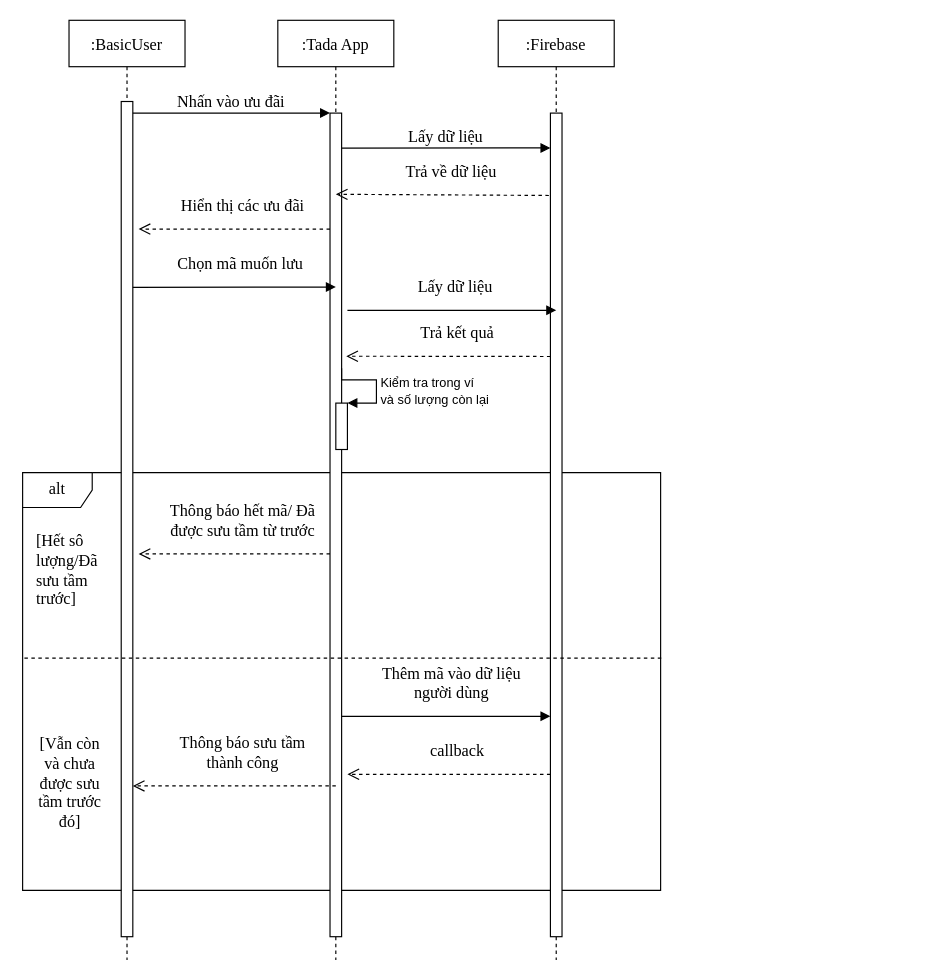
nguyendu11a2/TADA_DIAGRAM keeps this draw.io diagram as redeem.drawio. Above is the earlier version. Source tidied: cells renumbered, new cells numbered last; positions are measured from the earlier drawing's top-left corner, leaving out a move shared by most shapes. Both pictures are drawn from the tidied source at 116%, with x=0, y=0 at pixel (22, 20).
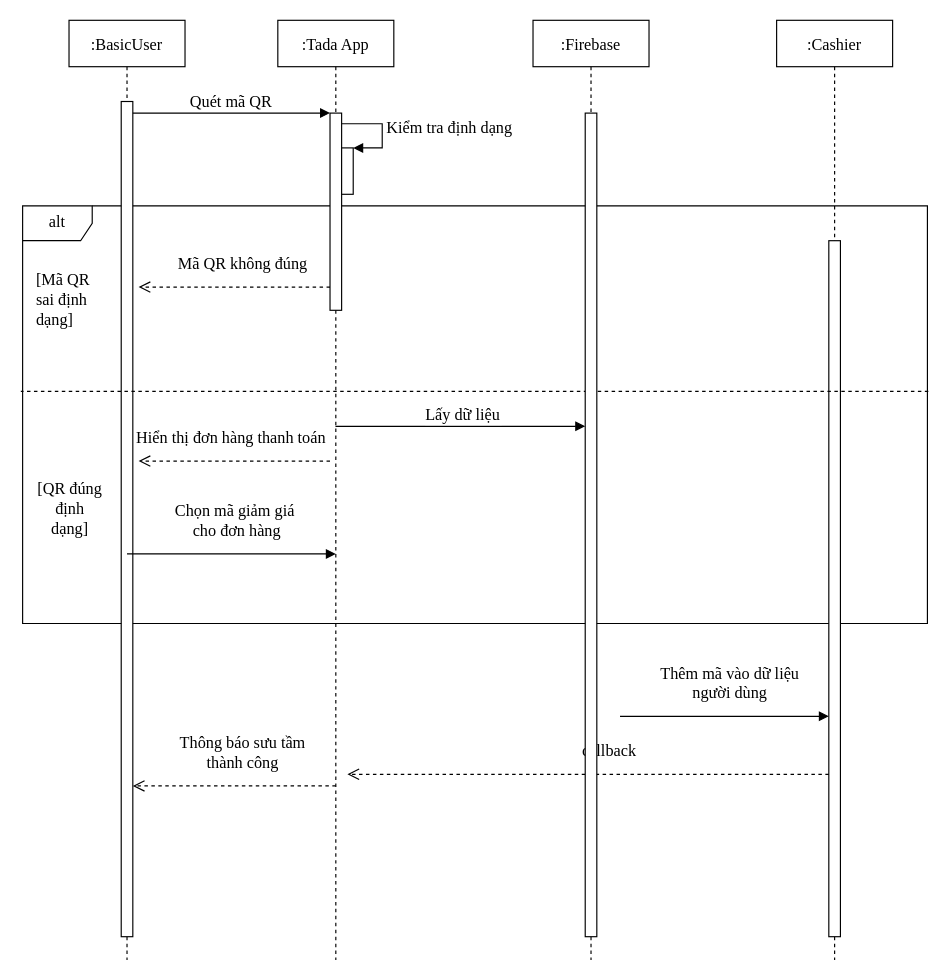
The same diagram, later.

The change refers to these unchanged cells:
```xml
<mxCell id="3" value=":BasicUser" style="shape=umlLifeline;perimeter=lifelinePerimeter;rounded=0;shadow=0;strokeWidth=1;fontSize=14;fontFamily=Times New Roman;" parent="1" vertex="1">
  <mxGeometry x="40" width="100" height="810" as="geometry" />
</mxCell>
<mxCell id="4" style="points=[];perimeter=orthogonalPerimeter;rounded=0;shadow=0;strokeWidth=1;fontSize=14;fontFamily=Times New Roman;" parent="3" vertex="1">
  <mxGeometry x="45" y="70" width="10" height="720" as="geometry" />
</mxCell>
<mxCell id="5" value=":Tada App" style="shape=umlLifeline;perimeter=lifelinePerimeter;rounded=0;shadow=0;strokeWidth=1;fontSize=14;fontFamily=Times New Roman;" parent="1" vertex="1">
  <mxGeometry x="220" width="100" height="810" as="geometry" />
</mxCell>
```

Change to the diagram source:
```diff
@@
     <mxCell id="2" value="alt" style="shape=umlFrame;whiteSpace=wrap;html=1;fontSize=14;fontFamily=Times New Roman;" parent="1" vertex="1">
-      <mxGeometry y="390" width="550" height="360" as="geometry" />
+      <mxGeometry y="160" width="780" height="360" as="geometry" />
     </mxCell>
@@
+    <mxCell id="24" value="&lt;div style=&quot;text-align: center ; font-size: 14px&quot;&gt;&lt;span style=&quot;background-color: rgb(255 , 255 , 255) ; font-size: 14px&quot;&gt;[QR đúng định dạng]&lt;/span&gt;&lt;/div&gt;" style="text;whiteSpace=wrap;html=1;fontSize=14;fontFamily=Times New Roman;" parent="3" vertex="1">
+      <mxGeometry x="-30" y="390" width="60" height="50" as="geometry" />
+    </mxCell>
@@
     <mxCell id="6" style="points=[];perimeter=orthogonalPerimeter;rounded=0;shadow=0;strokeWidth=1;fontSize=14;fontFamily=Times New Roman;" parent="5" vertex="1">
-      <mxGeometry x="45" y="80" width="10" height="710" as="geometry" />
+      <mxGeometry x="45" y="80" width="10" height="170" as="geometry" />
     </mxCell>
-    <mxCell id="7" value="Chọn mã muốn lưu" style="verticalAlign=bottom;endArrow=block;shadow=0;strokeWidth=1;fontSize=14;fontFamily=Times New Roman;" parent="5" edge="1">
-      <mxGeometry x="0.06" y="10" relative="1" as="geometry">
-        <mxPoint x="-125" y="230.2" as="sourcePoint" />
-        <mxPoint x="50" y="230" as="targetPoint" />
-      </mxGeometry>
-    </mxCell>
-    <mxCell id="8" style="html=1;points=[];perimeter=orthogonalPerimeter;" parent="5" vertex="1">
-      <mxGeometry x="50" y="330" width="10" height="40" as="geometry" />
-    </mxCell>
-    <mxCell id="9" value="Kiểm tra trong ví &lt;br&gt;và số lượng còn lại" style="edgeStyle=orthogonalEdgeStyle;html=1;align=left;spacingLeft=2;endArrow=block;rounded=0;entryX=1;entryY=0;" parent="5" edge="1" target="8">
-      <mxGeometry x="0.18" relative="1" as="geometry">
-        <mxPoint x="55" y="300" as="sourcePoint" />
-        <Array as="points">
-          <mxPoint x="55" y="310" />
-          <mxPoint x="85" y="310" />
-          <mxPoint x="85" y="330" />
-        </Array>
-      </mxGeometry>
-    </mxCell>
-    <mxCell id="10" value="Thông báo hết mã/ Đã &#10;được sưu tầm từ trước" style="verticalAlign=bottom;endArrow=open;dashed=1;endSize=8;shadow=0;strokeWidth=1;fontSize=14;fontFamily=Times New Roman;" parent="5" edge="1">
-      <mxGeometry x="-0.09" y="-10" relative="1" as="geometry">
-        <mxPoint x="45" y="460" as="sourcePoint" />
-        <mxPoint x="-120" y="460" as="targetPoint" />
-      </mxGeometry>
-    </mxCell>
@@
+    <mxCell id="25" style="html=1;points=[];perimeter=orthogonalPerimeter;fontFamily=Times New Roman;fontSize=14;" parent="5" vertex="1">
+      <mxGeometry x="55" y="110" width="10" height="40" as="geometry" />
+    </mxCell>
+    <mxCell id="26" value="Kiểm tra định dạng&amp;nbsp;" style="edgeStyle=orthogonalEdgeStyle;html=1;align=left;spacingLeft=2;endArrow=block;rounded=0;entryX=1;entryY=0;fontFamily=Times New Roman;fontSize=14;exitX=1.011;exitY=0.054;exitDx=0;exitDy=0;exitPerimeter=0;" parent="5" edge="1" source="6" target="25">
+      <mxGeometry relative="1" as="geometry">
+        <Array as="points">
+          <mxPoint x="90" y="90" />
+          <mxPoint x="90" y="110" />
+        </Array>
+      </mxGeometry>
+    </mxCell>
-    <mxCell id="12" value="Nhấn vào ưu đãi" style="verticalAlign=bottom;endArrow=block;entryX=0;entryY=0;shadow=0;strokeWidth=1;fontSize=14;fontFamily=Times New Roman;" parent="1" edge="1" source="4" target="6">
+    <mxCell id="12" value="Quét mã QR" style="verticalAlign=bottom;endArrow=block;entryX=0;entryY=0;shadow=0;strokeWidth=1;fontSize=14;fontFamily=Times New Roman;" parent="1" edge="1" source="4" target="6">
       <mxGeometry relative="1" as="geometry" />
     </mxCell>
-    <mxCell id="13" value=":Firebase" style="shape=umlLifeline;perimeter=lifelinePerimeter;rounded=0;shadow=0;strokeWidth=1;fontSize=14;fontFamily=Times New Roman;" parent="1" vertex="1">
-      <mxGeometry x="410" width="100" height="810" as="geometry" />
+    <mxCell id="13" value=":Cashier" style="shape=umlLifeline;perimeter=lifelinePerimeter;rounded=0;shadow=0;strokeWidth=1;fontSize=14;fontFamily=Times New Roman;" parent="1" vertex="1">
+      <mxGeometry x="650" width="100" height="810" as="geometry" />
     </mxCell>
     <mxCell id="14" style="points=[];perimeter=orthogonalPerimeter;rounded=0;shadow=0;strokeWidth=1;fontSize=14;fontFamily=Times New Roman;" parent="13" vertex="1">
-      <mxGeometry x="45" y="80" width="10" height="710" as="geometry" />
+      <mxGeometry x="45" y="190" width="10" height="600" as="geometry" />
     </mxCell>
-    <mxCell id="15" value="Lấy dữ liệu" style="verticalAlign=bottom;endArrow=block;entryX=0;entryY=0.63;shadow=0;strokeWidth=1;fontSize=14;fontFamily=Times New Roman;entryDx=0;entryDy=0;entryPerimeter=0;" parent="13" edge="1">
-      <mxGeometry relative="1" as="geometry">
-        <mxPoint x="-135" y="110.2" as="sourcePoint" />
-        <mxPoint x="45" y="110" as="targetPoint" />
-      </mxGeometry>
-    </mxCell>
-    <mxCell id="16" value="Trả về dữ liệu" style="verticalAlign=bottom;endArrow=open;dashed=1;endSize=8;shadow=0;strokeWidth=1;fontSize=14;fontFamily=Times New Roman;exitX=-0.133;exitY=0.1;exitDx=0;exitDy=0;exitPerimeter=0;" parent="13" edge="1" source="14">
-      <mxGeometry x="-0.09" y="-10" relative="1" as="geometry">
-        <mxPoint x="-140" y="150" as="targetPoint" />
-      </mxGeometry>
-    </mxCell>
-    <mxCell id="17" value="Lấy dữ liệu " style="verticalAlign=bottom;endArrow=block;shadow=0;strokeWidth=1;fontSize=14;fontFamily=Times New Roman;" parent="13" edge="1">
-      <mxGeometry x="0.06" y="10" relative="1" as="geometry">
-        <mxPoint x="-130" y="250" as="sourcePoint" />
-        <mxPoint x="50" y="250" as="targetPoint" />
-      </mxGeometry>
-    </mxCell>
-    <mxCell id="18" value="Trả kết quả" style="verticalAlign=bottom;endArrow=open;dashed=1;endSize=8;shadow=0;strokeWidth=1;fontSize=14;fontFamily=Times New Roman;exitX=0.1;exitY=0.783;exitDx=0;exitDy=0;exitPerimeter=0;" parent="13" edge="1">
-      <mxGeometry x="-0.09" y="-10" relative="1" as="geometry">
-        <mxPoint x="45" y="289.8" as="sourcePoint" />
-        <mxPoint x="-131" y="289.6" as="targetPoint" />
-      </mxGeometry>
-    </mxCell>
@@
-    <mxCell id="20" value="Hiển thị các ưu đãi" style="verticalAlign=bottom;endArrow=open;dashed=1;endSize=8;shadow=0;strokeWidth=1;fontSize=14;fontFamily=Times New Roman;" parent="1" edge="1">
-      <mxGeometry x="-0.09" y="-10" relative="1" as="geometry">
-        <mxPoint x="265" y="180" as="sourcePoint" />
-        <mxPoint x="100" y="180" as="targetPoint" />
-      </mxGeometry>
-    </mxCell>
@@
-    <mxCell id="22" value="&lt;span style=&quot;color: rgb(0 , 0 , 0) ; font-size: 14px ; font-style: normal ; font-weight: 400 ; letter-spacing: normal ; text-align: center ; text-indent: 0px ; text-transform: none ; word-spacing: 0px ; display: inline ; float: none ; background-color: rgb(255 , 255 , 255)&quot;&gt;[Hết sô lượng/Đã sưu tầm trước]&lt;/span&gt;" style="text;whiteSpace=wrap;html=1;fontSize=14;fontFamily=Times New Roman;" parent="1" vertex="1">
-      <mxGeometry x="10" y="435" width="60" height="50" as="geometry" />
+    <mxCell id="22" value="&lt;span style=&quot;color: rgb(0 , 0 , 0) ; font-size: 14px ; font-style: normal ; font-weight: 400 ; letter-spacing: normal ; text-align: center ; text-indent: 0px ; text-transform: none ; word-spacing: 0px ; display: inline ; float: none ; background-color: rgb(255 , 255 , 255)&quot;&gt;[Mã QR sai định dạng]&lt;/span&gt;" style="text;whiteSpace=wrap;html=1;fontSize=14;fontFamily=Times New Roman;" parent="1" vertex="1">
+      <mxGeometry x="10" y="210" width="60" height="50" as="geometry" />
     </mxCell>
@@
-    <mxCell id="24" value="&lt;div style=&quot;text-align: center&quot;&gt;&lt;span style=&quot;background-color: rgb(255 , 255 , 255)&quot;&gt;[Vẫn còn và chưa được sưu tầm trước đó]&lt;/span&gt;&lt;/div&gt;" style="text;whiteSpace=wrap;html=1;fontSize=14;fontFamily=Times New Roman;" parent="1" vertex="1">
-      <mxGeometry x="10" y="610" width="60" height="50" as="geometry" />
-    </mxCell>
+    <mxCell id="27" value=":Firebase" style="shape=umlLifeline;perimeter=lifelinePerimeter;rounded=0;shadow=0;strokeWidth=1;fontSize=14;fontFamily=Times New Roman;" parent="1" vertex="1">
+      <mxGeometry x="440" width="100" height="810" as="geometry" />
+    </mxCell>
+    <mxCell id="28" style="perimeter=orthogonalPerimeter;rounded=0;shadow=0;strokeWidth=1;fontSize=14;fontFamily=Times New Roman;" parent="27" vertex="1">
+      <mxGeometry x="45" y="80" width="10" height="710" as="geometry" />
+    </mxCell>
+    <mxCell id="29" value="Mã QR không đúng" style="verticalAlign=bottom;endArrow=open;dashed=1;endSize=8;shadow=0;strokeWidth=1;fontSize=14;fontFamily=Times New Roman;" parent="1" edge="1">
+      <mxGeometry x="-0.09" y="-10" relative="1" as="geometry">
+        <mxPoint x="265" y="230" as="sourcePoint" />
+        <mxPoint x="100" y="230" as="targetPoint" />
+      </mxGeometry>
+    </mxCell>
+    <mxCell id="15" value="Lấy dữ liệu" style="verticalAlign=bottom;endArrow=block;entryX=0;entryY=0.63;shadow=0;strokeWidth=1;fontSize=14;fontFamily=Times New Roman;entryDx=0;entryDy=0;entryPerimeter=0;" parent="1" edge="1">
+      <mxGeometry x="0.02" relative="1" as="geometry">
+        <mxPoint x="269.7" y="350" as="sourcePoint" />
+        <mxPoint x="485" y="350" as="targetPoint" />
+      </mxGeometry>
+    </mxCell>
+    <mxCell id="10" value="Hiển thị đơn hàng thanh toán" style="verticalAlign=bottom;endArrow=open;dashed=1;endSize=8;shadow=0;strokeWidth=1;fontSize=14;fontFamily=Times New Roman;" parent="1" edge="1">
+      <mxGeometry x="0.03" y="-10" relative="1" as="geometry">
+        <mxPoint x="265" y="380" as="sourcePoint" />
+        <mxPoint x="100" y="380" as="targetPoint" />
+      </mxGeometry>
+    </mxCell>
+    <mxCell id="30" value="Chọn mã giảm giá  &#10;cho đơn hàng" style="verticalAlign=bottom;endArrow=block;shadow=0;strokeWidth=1;fontSize=14;fontFamily=Times New Roman;" parent="1" edge="1">
+      <mxGeometry x="0.06" y="10" relative="1" as="geometry">
+        <mxPoint x="90" y="460" as="sourcePoint" />
+        <mxPoint x="270" y="460" as="targetPoint" />
+      </mxGeometry>
+    </mxCell>
```
